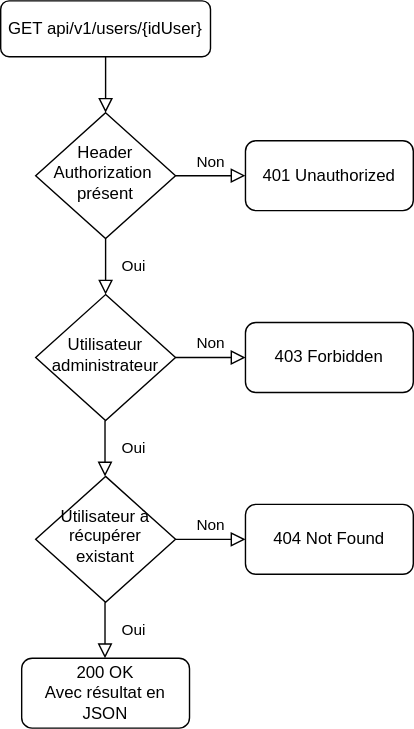
Above: documentation/diagram/drawio/flowchartGetOneUser.svg in jonathanboreljaquet/bj-travail-diplome-2021 (draw.io), before the change. Source tidied: cells renumbered, new cells last; positions are measured from the earlier drawing's top-left corner, leaving out a move shared by most shapes.
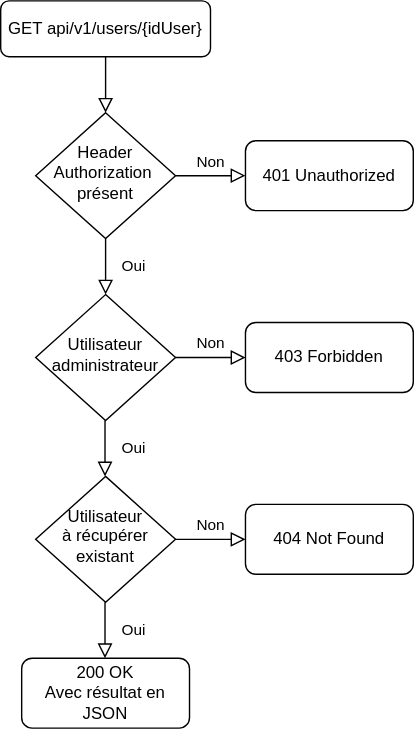
Above is the later version.

Diff of the diagram source:
```diff
@@ -40,7 +40,7 @@
     <mxCell id="12" value="403 Forbidden" style="rounded=1;whiteSpace=wrap;html=1;fontSize=12;glass=0;strokeWidth=1;shadow=0;" parent="1" vertex="1">
       <mxGeometry x="175" y="230" width="120" height="50" as="geometry" />
     </mxCell>
-    <mxCell id="13" value="Utilisateur à récupérer existant" style="rhombus;whiteSpace=wrap;html=1;shadow=0;fontFamily=Helvetica;fontSize=12;align=center;strokeWidth=1;spacing=6;spacingTop=-4;" parent="1" vertex="1">
+    <mxCell id="13" value="Utilisateur &lt;br&gt;à récupérer existant" style="rhombus;whiteSpace=wrap;html=1;shadow=0;fontFamily=Helvetica;fontSize=12;align=center;strokeWidth=1;spacing=6;spacingTop=-4;" parent="1" vertex="1">
       <mxGeometry x="25" y="340" width="100" height="90" as="geometry" />
     </mxCell>
     <mxCell id="14" value="Oui" style="rounded=0;html=1;jettySize=auto;orthogonalLoop=1;fontSize=11;endArrow=block;endFill=0;endSize=8;strokeWidth=1;shadow=0;labelBackgroundColor=none;edgeStyle=orthogonalEdgeStyle;" parent="1" edge="1">
```
